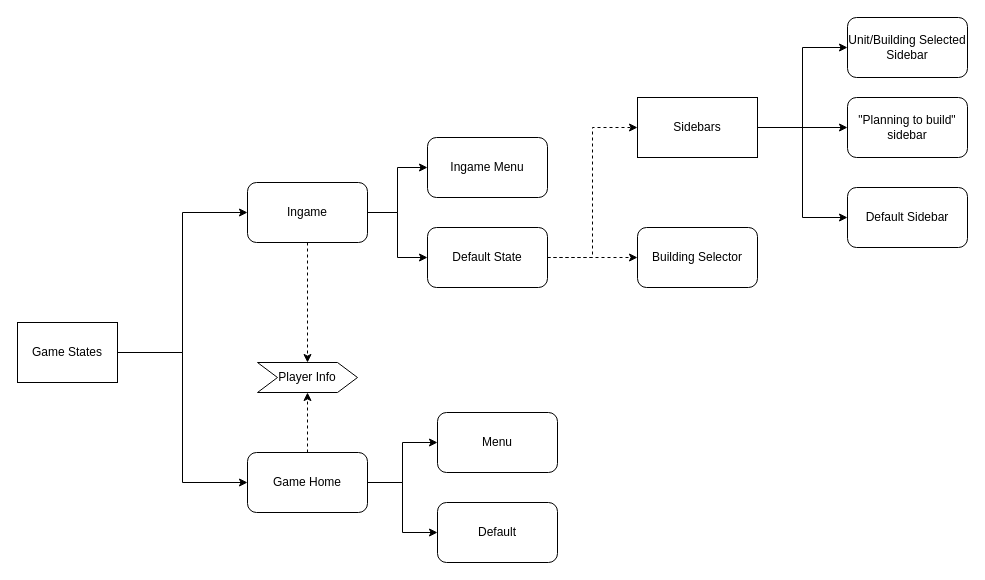
This is page "Game Structure" (3 of 4) of plan.drawio from Trentiumz/rts001, a draw.io file, before an edit. Source tidied: cells renumbered, new cells numbered last; positions are measured from the earlier drawing's top-left corner, leaving out a move shared by most shapes. Both pictures are drawn from the tidied source at 100%, with x=0, y=0 at pixel (17, 17).
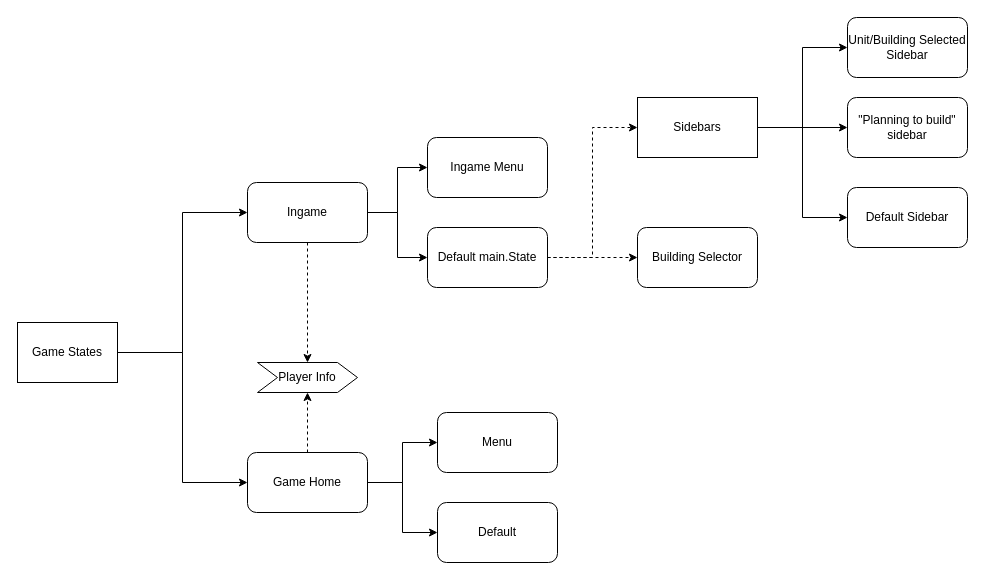
After the change.

Diff of the diagram source:
```diff
@@
-    <mxCell id="15" value="Default State" style="rounded=1;whiteSpace=wrap;html=1;" parent="1" vertex="1">
+    <mxCell id="15" value="Default main.State" style="rounded=1;whiteSpace=wrap;html=1;" parent="1" vertex="1">
       <mxGeometry x="410" y="210" width="120" height="60" as="geometry" />
     </mxCell>
```
